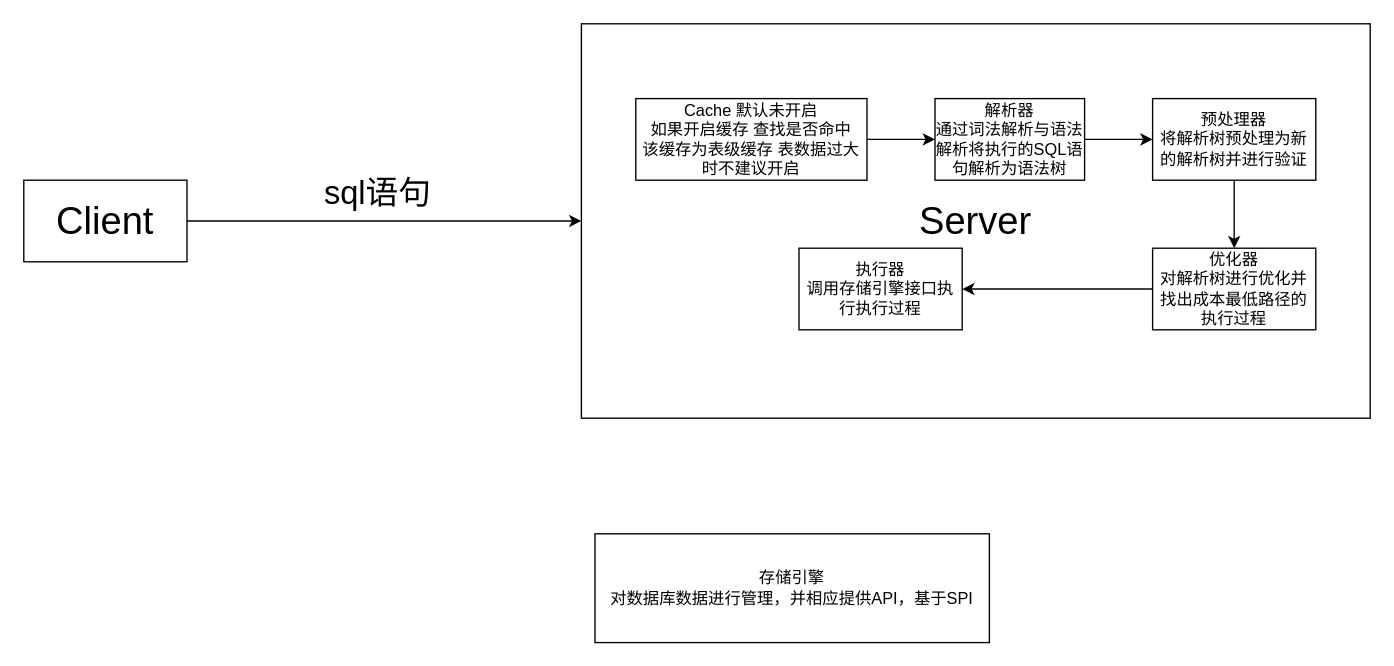
Above: MySQL语句执行流程.drawio in ZaoChuan-1024/diagrams (draw.io), before the change. Source tidied: cells renumbered, new cells numbered last; positions are measured from the earlier drawing's top-left corner, leaving out a move shared by most shapes. Both pictures are drawn from the tidied source at 136%, with x=0, y=0 at pixel (23, 23).
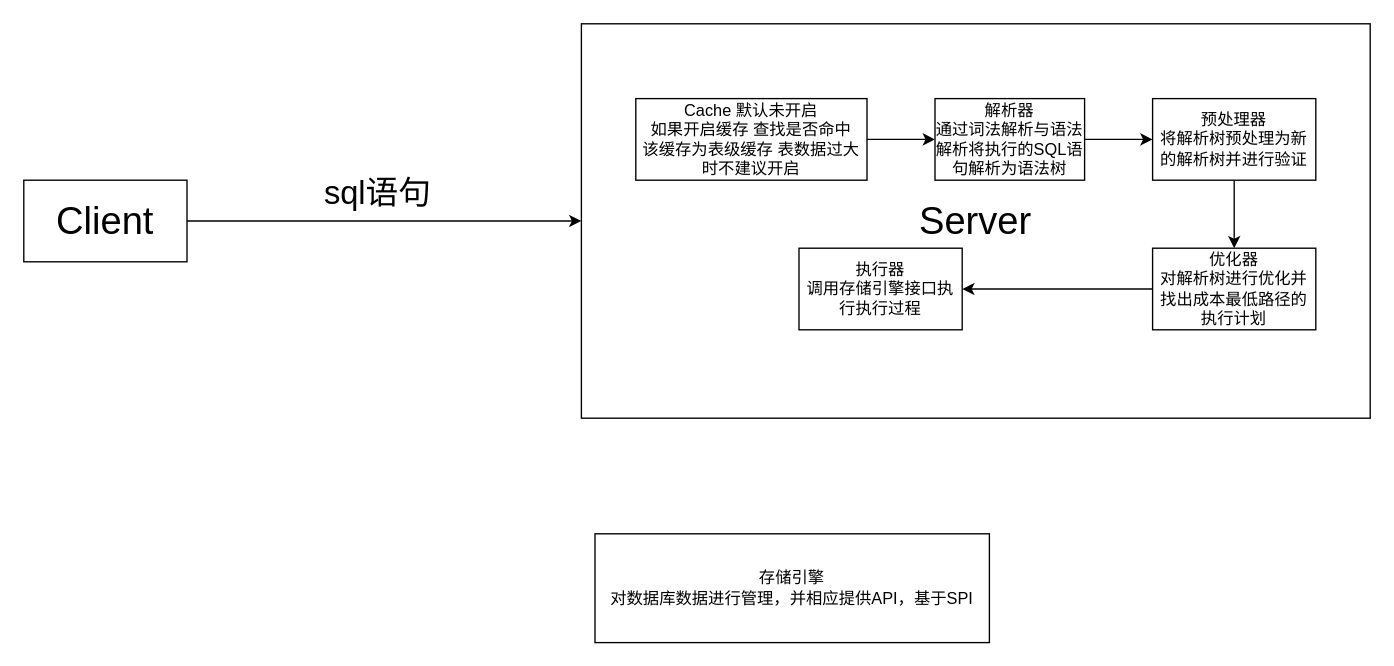
Above is the later version.

Commit message (it also covers changes not shown here):
更新MySQL语句执行流程.drawio

Change to the diagram source:
```diff
@@
 <mxGraphModel>
   <root>
     <mxCell id="0" />
     <mxCell id="1" parent="0" />
     <mxCell id="2" style="edgeStyle=orthogonalEdgeStyle;rounded=0;jettySize=auto;html=1;" parent="1" edge="1" source="3" target="4">
       <mxGeometry relative="1" as="geometry" />
     </mxCell>
     <mxCell id="3" value="Client" style="rounded=0;whiteSpace=wrap;html=1;fontSize=28;" parent="1" vertex="1">
       <mxGeometry y="115" width="120" height="60" as="geometry" />
     </mxCell>
     <mxCell id="4" value="Server" style="rounded=0;whiteSpace=wrap;html=1;fontSize=28;" parent="1" vertex="1">
       <mxGeometry x="410" width="580" height="290" as="geometry" />
     </mxCell>
     <mxCell id="5" value="sql语句" style="text;html=1;align=center;verticalAlign=middle;strokeColor=none;fillColor=none;fontSize=24;" parent="1" vertex="1">
       <mxGeometry x="210" y="105" width="100" height="40" as="geometry" />
     </mxCell>
     <mxCell id="6" style="edgeStyle=orthogonalEdgeStyle;rounded=0;jettySize=auto;html=1;entryX=0;entryY=0.5;entryDx=0;entryDy=0;" parent="1" edge="1" source="7" target="9">
       <mxGeometry relative="1" as="geometry" />
     </mxCell>
     <mxCell id="7" value="Cache 默认未开启&lt;br&gt;如果开启缓存 查找是否命中&lt;br&gt;该缓存为表级缓存 表数据过大时不建议开启" style="rounded=0;whiteSpace=wrap;html=1;" parent="1" vertex="1">
       <mxGeometry x="450" y="55" width="170" height="60" as="geometry" />
     </mxCell>
     <mxCell id="8" style="edgeStyle=orthogonalEdgeStyle;rounded=0;jettySize=auto;html=1;entryX=0;entryY=0.5;entryDx=0;entryDy=0;" parent="1" edge="1" source="9" target="11">
       <mxGeometry relative="1" as="geometry" />
     </mxCell>
     <mxCell id="9" value="解析器&lt;br&gt;通过词法解析与语法解析将执行的SQL语句解析为语法树" style="rounded=0;whiteSpace=wrap;html=1;" parent="1" vertex="1">
       <mxGeometry x="670" y="55" width="110" height="60" as="geometry" />
     </mxCell>
     <mxCell id="10" style="edgeStyle=orthogonalEdgeStyle;rounded=0;jettySize=auto;html=1;" parent="1" edge="1" source="11" target="13">
       <mxGeometry relative="1" as="geometry" />
     </mxCell>
     <mxCell id="11" value="预处理器&lt;br&gt;将解析树预处理为新的解析树并进行验证" style="rounded=0;whiteSpace=wrap;html=1;" parent="1" vertex="1">
       <mxGeometry x="830" y="55" width="120" height="60" as="geometry" />
     </mxCell>
     <mxCell id="12" style="edgeStyle=orthogonalEdgeStyle;rounded=0;jettySize=auto;html=1;" parent="1" edge="1" source="13" target="14">
       <mxGeometry relative="1" as="geometry" />
     </mxCell>
-    <mxCell id="13" value="优化器&lt;br&gt;对解析树进行优化并找出成本最低路径的执行过程" style="rounded=0;whiteSpace=wrap;html=1;" parent="1" vertex="1">
+    <mxCell id="13" value="优化器&lt;br&gt;对解析树进行优化并找出成本最低路径的执行计划" style="rounded=0;whiteSpace=wrap;html=1;" parent="1" vertex="1">
       <mxGeometry x="830" y="165" width="120" height="60" as="geometry" />
     </mxCell>
     <mxCell id="14" value="执行器&lt;br&gt;调用存储引擎接口执行执行过程" style="rounded=0;whiteSpace=wrap;html=1;" parent="1" vertex="1">
       <mxGeometry x="570" y="165" width="120" height="60" as="geometry" />
     </mxCell>
     <mxCell id="15" value="存储引擎&lt;br&gt;对数据库数据进行管理，并相应提供API，基于SPI" style="rounded=0;whiteSpace=wrap;html=1;" parent="1" vertex="1">
       <mxGeometry x="420" y="375" width="290" height="80" as="geometry" />
     </mxCell>
   </root>
 </mxGraphModel>
```
